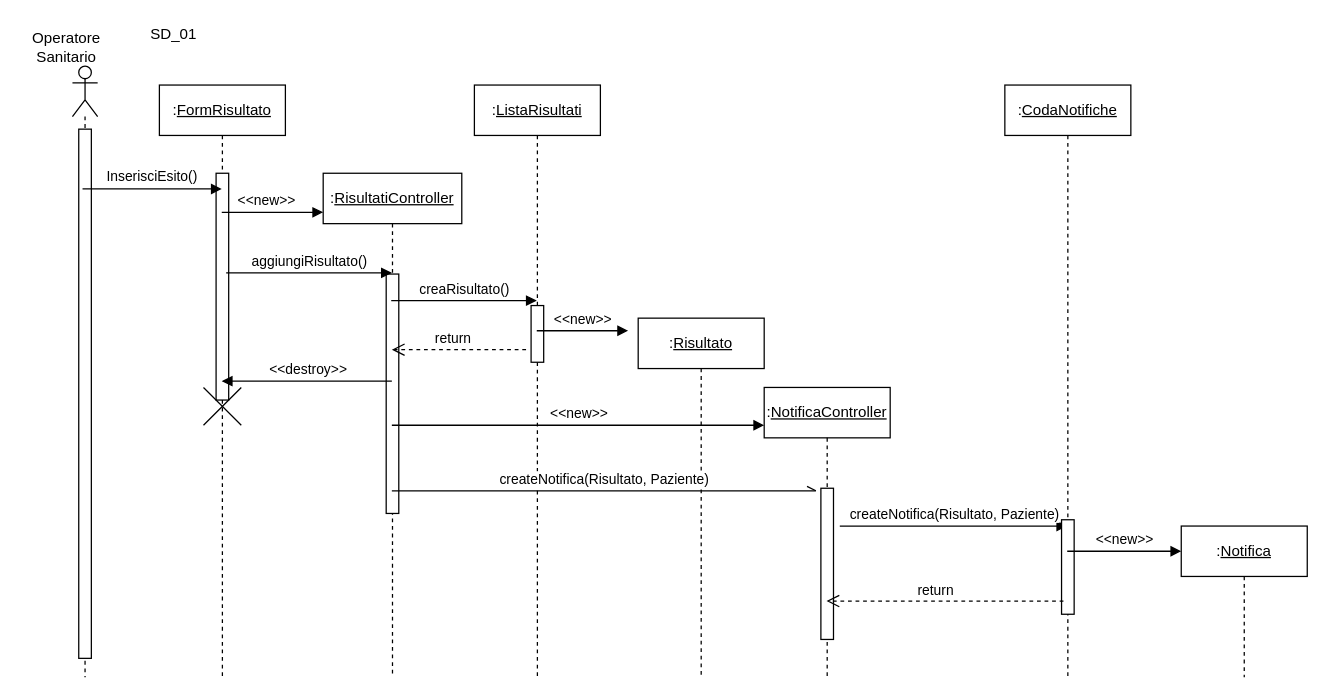
This is page "SD_01 new" (5 of 7) of Diagrammi/Sequence Diagram.drawio from lorycris99/Team-HILO, a draw.io file, before an edit. Source tidied: cells renumbered, new cells numbered last; positions are measured from the earlier drawing's top-left corner, leaving out a move shared by most shapes. Both pictures are drawn from the tidied source at 126%, with x=0, y=0 at pixel (21, 21).
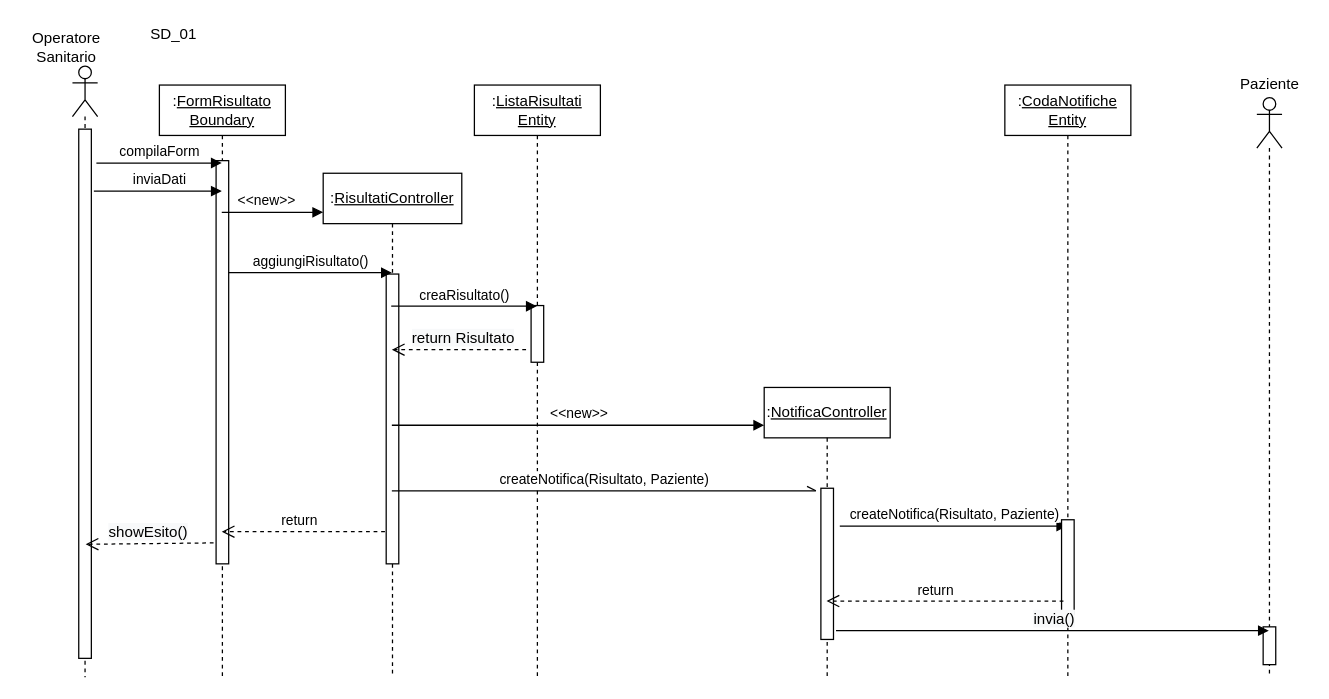
The same diagram, later.

The change refers to these unchanged cells:
```xml
<mxCell id="5" value=":&lt;u&gt;RisultatiController&lt;/u&gt;" style="shape=umlLifeline;perimeter=lifelinePerimeter;whiteSpace=wrap;html=1;outlineConnect=0;size=40;" parent="1" vertex="1">
  <mxGeometry x="239" y="120" width="110" height="400" as="geometry" />
</mxCell>
<mxCell id="8" style="html=1;points=[];perimeter=orthogonalPerimeter;" parent="7" vertex="1">
  <mxGeometry x="45" y="80" width="10" height="120" as="geometry" />
</mxCell>
<mxCell id="12" style="html=1;points=[];perimeter=orthogonalPerimeter;" parent="11" vertex="1">
  <mxGeometry x="5" y="50" width="10" height="420" as="geometry" />
</mxCell>
```

What changed in the source:
```diff
@@
-    <mxCell id="2" value=":&lt;u&gt;FormRisultato&lt;/u&gt;" style="shape=umlLifeline;perimeter=lifelinePerimeter;whiteSpace=wrap;html=1;outlineConnect=0;" parent="1" vertex="1">
+    <mxCell id="2" value=":&lt;u&gt;FormRisultato&lt;br&gt;Boundary&lt;/u&gt;" style="shape=umlLifeline;perimeter=lifelinePerimeter;whiteSpace=wrap;html=1;outlineConnect=0;" parent="1" vertex="1">
       <mxGeometry x="109" y="50" width="100" height="470" as="geometry" />
     </mxCell>
     <mxCell id="3" style="html=1;points=[];perimeter=orthogonalPerimeter;" parent="2" vertex="1">
-      <mxGeometry x="45" y="70" width="10" height="180" as="geometry" />
+      <mxGeometry x="45" y="60" width="10" height="320" as="geometry" />
     </mxCell>
-    <mxCell id="4" style="shape=umlDestroy;" parent="2" vertex="1">
-      <mxGeometry x="35" y="240" width="30" height="30" as="geometry" />
-    </mxCell>
@@
     <mxCell id="6" style="html=1;points=[];perimeter=orthogonalPerimeter;" parent="5" vertex="1">
-      <mxGeometry x="50" y="80" width="10" height="190" as="geometry" />
+      <mxGeometry x="50" y="80" width="10" height="230" as="geometry" />
     </mxCell>
@@
-    <mxCell id="9" value=":&lt;u&gt;ListaRisultati&lt;/u&gt;" style="shape=umlLifeline;perimeter=lifelinePerimeter;whiteSpace=wrap;html=1;outlineConnect=0;" parent="1" vertex="1">
+    <mxCell id="9" value=":&lt;u&gt;ListaRisultati Entity&lt;/u&gt;" style="shape=umlLifeline;perimeter=lifelinePerimeter;whiteSpace=wrap;html=1;outlineConnect=0;" parent="1" vertex="1">
       <mxGeometry x="359" y="50" width="100" height="470" as="geometry" />
     </mxCell>
@@
-    <mxCell id="13" value="InserisciEsito()" style="html=1;verticalAlign=bottom;endArrow=block;exitX=0.3;exitY=0.113;exitDx=0;exitDy=0;exitPerimeter=0;" parent="1" edge="1" source="12" target="2">
+    <mxCell id="13" value="compilaForm" style="html=1;verticalAlign=bottom;endArrow=block;exitX=1.4;exitY=0.064;exitDx=0;exitDy=0;exitPerimeter=0;" parent="1" edge="1" source="12" target="2">
       <mxGeometry relative="1" as="geometry" />
     </mxCell>
@@
-    <mxCell id="17" value="aggiungiRisultato()" style="html=1;verticalAlign=bottom;endArrow=block;exitX=0.8;exitY=0.439;exitDx=0;exitDy=0;exitPerimeter=0;" parent="1" edge="1" source="3" target="5">
+    <mxCell id="17" value="aggiungiRisultato()" style="html=1;verticalAlign=bottom;endArrow=block;exitX=1;exitY=0.278;exitDx=0;exitDy=0;exitPerimeter=0;" parent="1" edge="1" source="3" target="5">
       <mxGeometry relative="1" as="geometry" />
     </mxCell>
-    <mxCell id="18" value=":&lt;u&gt;Risultato&lt;/u&gt;" style="shape=umlLifeline;perimeter=lifelinePerimeter;whiteSpace=wrap;html=1;" parent="1" vertex="1">
-      <mxGeometry x="489" y="235" width="100" height="285" as="geometry" />
-    </mxCell>
-    <mxCell id="19" value="&amp;lt;&amp;lt;new&amp;gt;&amp;gt;" style="html=1;verticalAlign=bottom;endArrow=block;" parent="1" edge="1" source="9">
-      <mxGeometry relative="1" as="geometry">
-        <mxPoint x="481" y="245" as="targetPoint" />
-      </mxGeometry>
-    </mxCell>
@@
-    <mxCell id="22" value=":&lt;u&gt;CodaNotifiche&lt;/u&gt;" style="shape=umlLifeline;perimeter=lifelinePerimeter;whiteSpace=wrap;html=1;outlineConnect=0;" parent="1" vertex="1">
+    <mxCell id="22" value=":&lt;u&gt;CodaNotifiche&lt;br&gt;Entity&lt;br&gt;&lt;/u&gt;" style="shape=umlLifeline;perimeter=lifelinePerimeter;whiteSpace=wrap;html=1;outlineConnect=0;" parent="1" vertex="1">
       <mxGeometry x="780" y="50" width="100" height="470" as="geometry" />
     </mxCell>
@@
-    <mxCell id="24" value="return" style="html=1;verticalAlign=bottom;endArrow=open;dashed=1;endSize=8;" parent="1" edge="1" target="5">
-      <mxGeometry x="0.08" relative="1" as="geometry">
+    <mxCell id="24" value="&lt;span style=&quot;font-size: 12px ; background-color: rgb(248 , 249 , 250)&quot;&gt;return Risultato&lt;/span&gt;" style="html=1;verticalAlign=bottom;endArrow=open;dashed=1;endSize=8;" parent="1" edge="1" target="5">
+      <mxGeometry x="-0.06" relative="1" as="geometry">
         <mxPoint x="400" y="260" as="sourcePoint" />
       </mxGeometry>
     </mxCell>
-    <mxCell id="25" value=":&lt;u&gt;Notifica&lt;/u&gt;" style="shape=umlLifeline;perimeter=lifelinePerimeter;whiteSpace=wrap;html=1;" parent="1" vertex="1">
-      <mxGeometry x="920" y="400" width="100" height="120" as="geometry" />
-    </mxCell>
-    <mxCell id="26" value="&amp;lt;&amp;lt;new&amp;gt;&amp;gt;" style="html=1;verticalAlign=bottom;endArrow=block;" parent="1" edge="1" source="22">
-      <mxGeometry relative="1" as="geometry">
-        <mxPoint x="920" y="420" as="targetPoint" />
-      </mxGeometry>
-    </mxCell>
@@
-    <mxCell id="28" value="&amp;lt;&amp;lt;destroy&amp;gt;&amp;gt;" style="html=1;verticalAlign=bottom;endArrow=none;startArrow=block;startFill=1;endFill=0;" parent="1" edge="1" source="2" target="5">
-      <mxGeometry relative="1" as="geometry" />
-    </mxCell>
@@
+    <mxCell id="31" value="return" style="html=1;verticalAlign=bottom;endArrow=open;dashed=1;endSize=8;" parent="1" edge="1" target="2">
+      <mxGeometry x="0.05" relative="1" as="geometry">
+        <mxPoint x="288" y="404.5" as="sourcePoint" />
+      </mxGeometry>
+    </mxCell>
+    <mxCell id="32" style="shape=umlLifeline;participant=umlActor;perimeter=lifelinePerimeter;whiteSpace=wrap;html=1;verticalAlign=top;spacingTop=36;outlineConnect=0;" parent="1" vertex="1">
+      <mxGeometry x="980" y="60" width="20" height="460" as="geometry" />
+    </mxCell>
+    <mxCell id="33" style="html=1;perimeter=orthogonalPerimeter;" parent="32" vertex="1">
+      <mxGeometry x="5" y="420" width="10" height="30" as="geometry" />
+    </mxCell>
+    <mxCell id="34" value="&lt;span style=&quot;font-size: 12px ; background-color: rgb(248 , 249 , 250)&quot;&gt;invia()&lt;/span&gt;" style="html=1;verticalAlign=bottom;endArrow=block;exitX=1.2;exitY=0.942;exitDx=0;exitDy=0;exitPerimeter=0;" parent="1" edge="1" source="8" target="32">
+      <mxGeometry x="0.01" relative="1" as="geometry" />
+    </mxCell>
+    <mxCell id="35" value="Paziente" style="text;html=1;align=center;verticalAlign=middle;" parent="1" vertex="1">
+      <mxGeometry x="960" y="40" width="60" height="20" as="geometry" />
+    </mxCell>
+    <mxCell id="36" value="&lt;span style=&quot;font-size: 12px ; background-color: rgb(248 , 249 , 250)&quot;&gt;showEsito()&lt;/span&gt;" style="html=1;verticalAlign=bottom;endArrow=open;dashed=1;endSize=8;exitX=-0.2;exitY=0.948;exitDx=0;exitDy=0;exitPerimeter=0;" parent="1" edge="1" source="3">
+      <mxGeometry x="0.02" relative="1" as="geometry">
+        <mxPoint x="50.5" y="414.5" as="targetPoint" />
+      </mxGeometry>
+    </mxCell>
+    <mxCell id="37" value="inviaDati" style="html=1;verticalAlign=bottom;endArrow=block;exitX=1.2;exitY=0.117;exitDx=0;exitDy=0;exitPerimeter=0;" parent="1" edge="1" source="12" target="2">
+      <mxGeometry x="0.02" relative="1" as="geometry" />
+    </mxCell>
```
